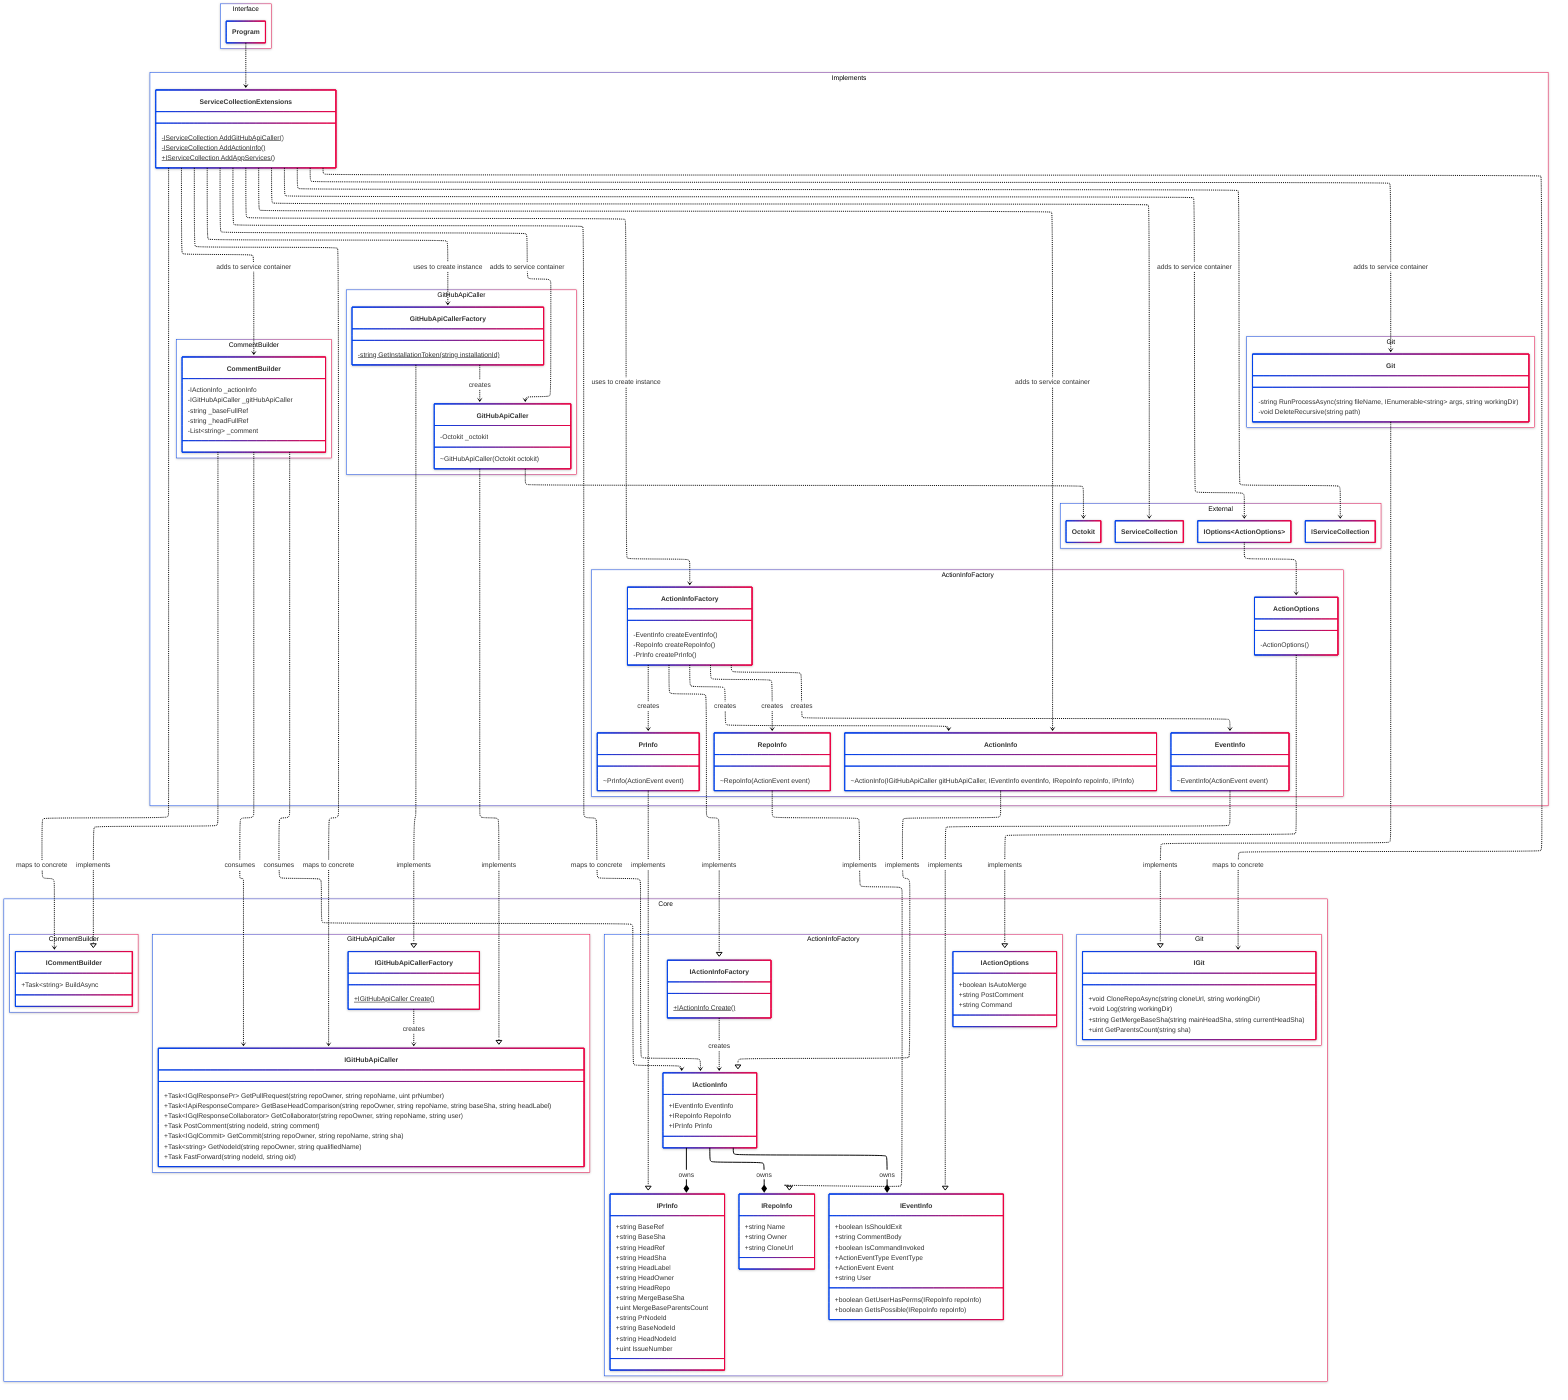
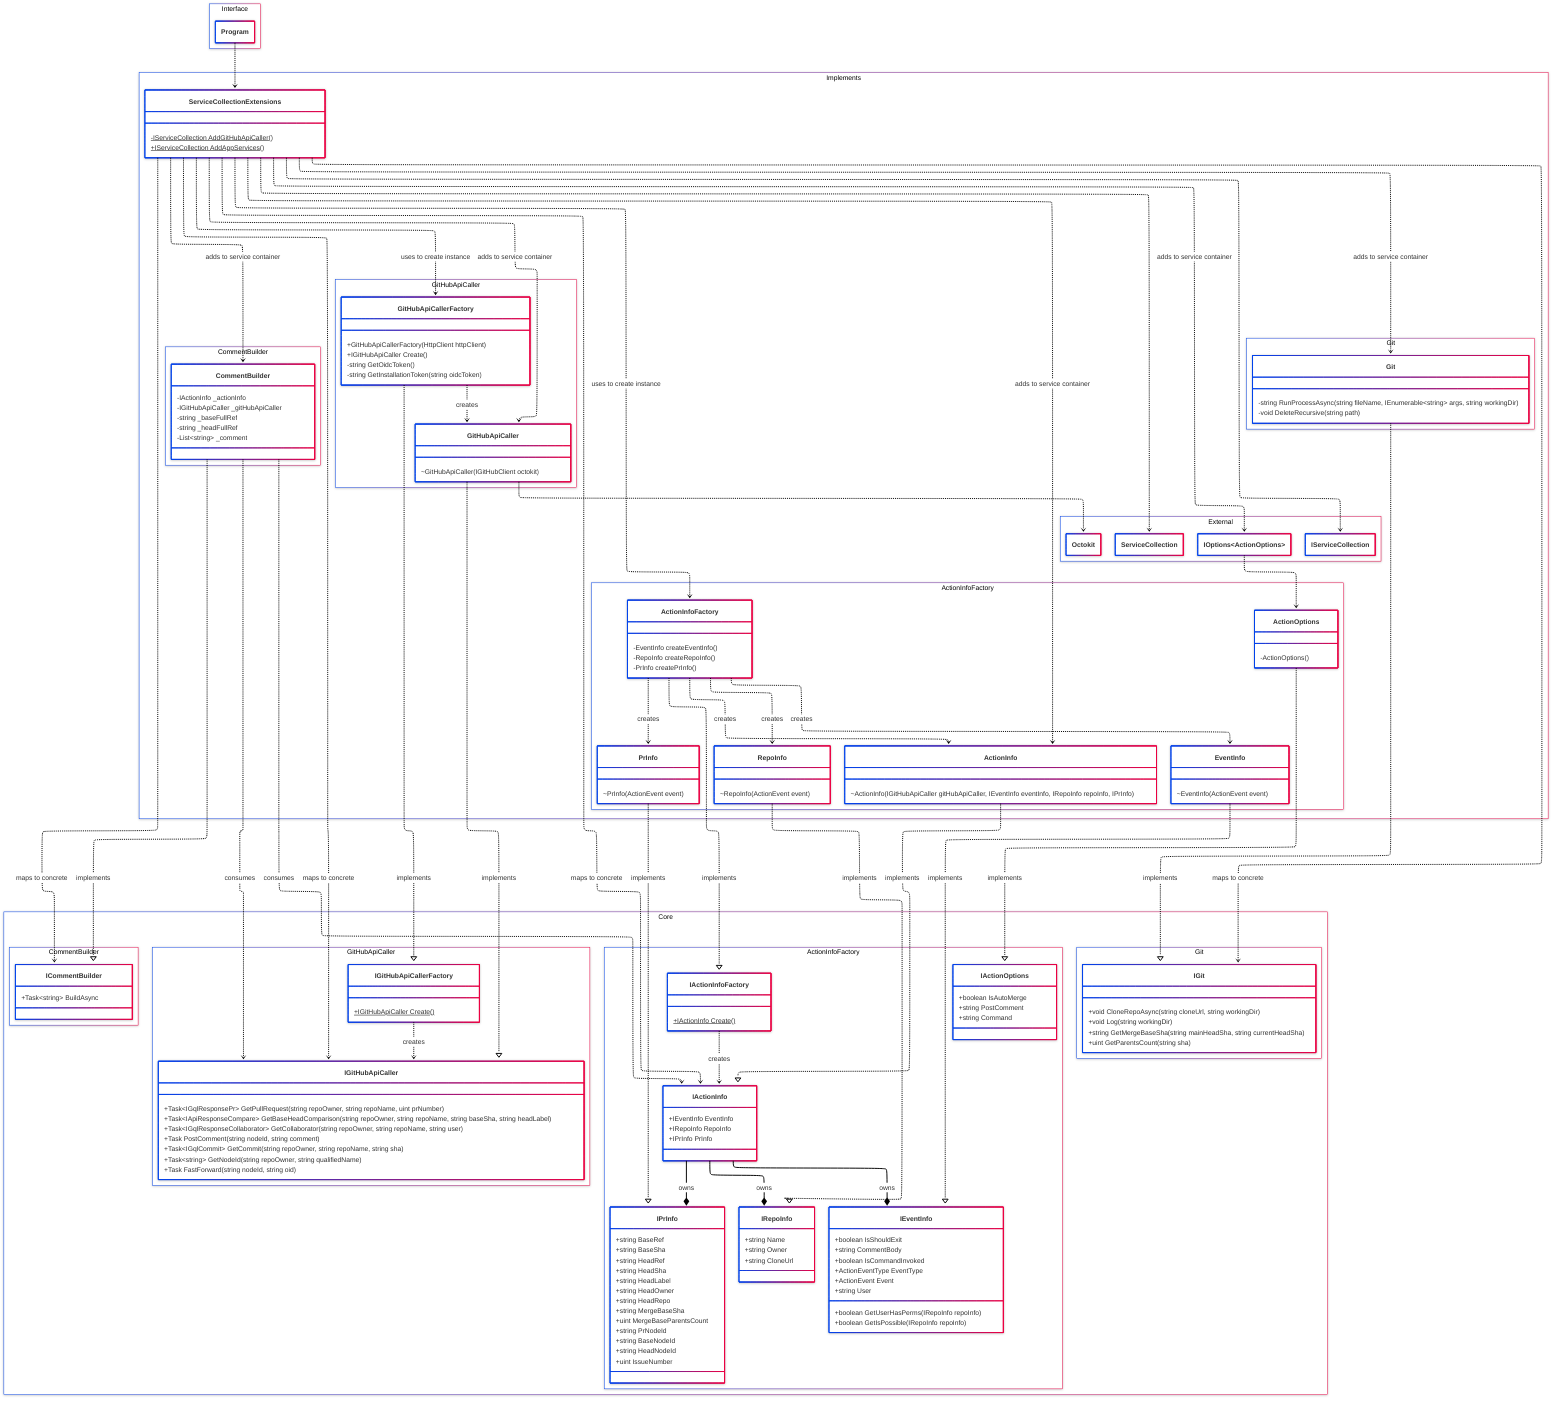
---
config:
  class:
    hideEmptyMembersBox: true
  layout: elk
  theme: neo
  look: neo
---

classDiagram
direction TB
  Program ..> ServiceCollectionExtensions

  %% App Services
  ServiceCollectionExtensions ..> IServiceCollection
  ServiceCollectionExtensions ..> ServiceCollection
  ServiceCollectionExtensions ..> ActionInfoFactory : uses to create instance
  ServiceCollectionExtensions ..> ActionInfo : adds to service container
  ServiceCollectionExtensions ..> IActionInfo : maps to concrete
  ServiceCollectionExtensions ..> GitHubApiCallerFactory : uses to create instance
  ServiceCollectionExtensions ..> GitHubApiCaller : adds to service container
  ServiceCollectionExtensions ..> IGitHubApiCaller : maps to concrete
  ServiceCollectionExtensions ..> Git : adds to service container
  ServiceCollectionExtensions ..> IGit : maps to concrete
  ServiceCollectionExtensions ..> CommentBuilder : adds to service container
  ServiceCollectionExtensions ..> ICommentBuilder : maps to concrete
  ServiceCollectionExtensions ..> IOptions~ActionOptions~ : adds to service container

  %% IActionInfoFactory
  IActionInfoFactory ..> IActionInfo : creates

  %% ActionInfoFactory
  ActionInfoFactory ..|> IActionInfoFactory : implements
  ActionInfoFactory ..> ActionInfo : creates
  ActionInfoFactory ..> EventInfo : creates
  ActionInfoFactory ..> RepoInfo : creates
  ActionInfoFactory ..> PrInfo : creates

  %% ActionOptions
  ActionOptions ..|> IActionOptions : implements
  IOptions~ActionOptions~ ..> ActionOptions

  %% CommentBuilder
  CommentBuilder ..|> ICommentBuilder : implements
  CommentBuilder ..> IActionInfo : consumes
  CommentBuilder ..> IGitHubApiCaller : consumes

  %% GitHubApiCallerFactory
  GitHubApiCallerFactory ..|> IGitHubApiCallerFactory : implements
  IGitHubApiCallerFactory ..> IGitHubApiCaller : creates
  GitHubApiCallerFactory ..> GitHubApiCaller : creates

  %% GitHubApiCaller
  GitHubApiCaller ..|> IGitHubApiCaller : implements
  GitHubApiCaller ..> Octokit

  %% ActionInfo
  ActionInfo ..|> IActionInfo : implements
  IActionInfo --* IEventInfo: owns
  IActionInfo --* IRepoInfo : owns
  IActionInfo --* IPrInfo : owns

  Git ..|> IGit : implements
  PrInfo ..|> IPrInfo : implements
  RepoInfo ..|> IRepoInfo : implements
  EventInfo ..|> IEventInfo : implements

  namespace Core {
    namespace CommentBuilder {
      class ICommentBuilder {
        +Task~string~ BuildAsync
      }
    }

    namespace Git {
      class IGit {
        +void CloneRepoAsync(string cloneUrl, string workingDir)
        +void Log(string workingDir)
        +string GetMergeBaseSha(string mainHeadSha, string currentHeadSha)
        +uint GetParentsCount(string sha)
      }
    }

    namespace ActionInfoFactory {
      class IActionInfoFactory {
        +IActionInfo Create()$
      }

      class IActionInfo {
        +IEventInfo EventInfo
        +IRepoInfo RepoInfo
        +IPrInfo PrInfo
      }

      class IPrInfo {
        +string BaseRef
        +string BaseSha
        +string HeadRef
        +string HeadSha
        +string HeadLabel
        +string HeadOwner
        +string HeadRepo
        +string MergeBaseSha
        +uint MergeBaseParentsCount
        +string PrNodeId
        +string BaseNodeId
        +string HeadNodeId
        +uint IssueNumber
      }

      class IRepoInfo {
        +string Name
        +string Owner
        +string CloneUrl
      }

      class IActionOptions {
        +boolean IsAutoMerge
        +string PostComment
        +string Command
      }

      class IEventInfo {
        +boolean IsShouldExit
        +string CommentBody
        +boolean IsCommandInvoked
        +ActionEventType EventType
        +ActionEvent Event
        +string User
        +boolean GetUserHasPerms(IRepoInfo repoInfo)
        +boolean GetIsPossible(IRepoInfo repoInfo)
      }
    }

    namespace GitHubApiCaller {
      class IGitHubApiCaller {
        +Task~IGqlResponsePr~ GetPullRequest(string repoOwner, string repoName, uint prNumber)
        +Task~IApiResponseCompare~ GetBaseHeadComparison(string repoOwner, string repoName, string baseSha, string headLabel)
        +Task~IGqlResponseCollaborator~ GetCollaborator(string repoOwner, string repoName, string user)
        +Task PostComment(string nodeId, string comment)
        +Task~IGqlCommit~ GetCommit(string repoOwner, string repoName, string sha)
        +Task~string~ GetNodeId(string repoOwner, string qualifiedName)
        +Task FastForward(string nodeId, string oid)
      }

      class IGitHubApiCallerFactory {
        +IGitHubApiCaller Create()$
      }
    }
  }

  namespace Implements {
    namespace External {
      class ServiceCollection { }
      class IServiceCollection { }
      class IOptions~ActionOptions~ { }
      class Octokit { }
    }

    namespace CommentBuilder {
      class CommentBuilder {
        -IActionInfo _actionInfo
        -IGitHubApiCaller _gitHubApiCaller
        -string _baseFullRef
        -string _headFullRef
        -List~string~ _comment
      }
    }

    namespace Git {
      class Git {
        -string RunProcessAsync(string fileName, IEnumerable~string~ args, string workingDir)
        -void DeleteRecursive(string path)
      }
    }

    namespace ActionInfoFactory {
      class ActionInfoFactory {
        -EventInfo createEventInfo()
        -RepoInfo createRepoInfo()
        -PrInfo createPrInfo()
      }

      class ActionInfo {
        ~ActionInfo(IGitHubApiCaller gitHubApiCaller, IEventInfo eventInfo, IRepoInfo repoInfo, IPrInfo)
      }

      class PrInfo {
        ~PrInfo(ActionEvent event)
      }

      class RepoInfo {
        ~RepoInfo(ActionEvent event)
      }

      class ActionOptions {
        -ActionOptions()
      }

      class EventInfo {
        ~EventInfo(ActionEvent event)
      }
    }

    namespace GitHubApiCaller {
      class GitHubApiCaller {
-         -Octokit _octokit
-         ~GitHubApiCaller(Octokit octokit)
+         ~GitHubApiCaller(IGitHubClient octokit)
      }

      class GitHubApiCallerFactory {
-         -string GetInstallationToken(string installationId)$
+         +GitHubApiCallerFactory(HttpClient httpClient)
+         +IGitHubApiCaller Create()
+         -string GetOidcToken()
+         -string GetInstallationToken(string oidcToken)
      }
    }

    class ServiceCollectionExtensions {
      -IServiceCollection AddGitHubApiCaller()$
-       -IServiceCollection AddActionInfo()$
      +IServiceCollection AddAppServices()$
    }
  }

  namespace Interface {
    class Program { }
  }